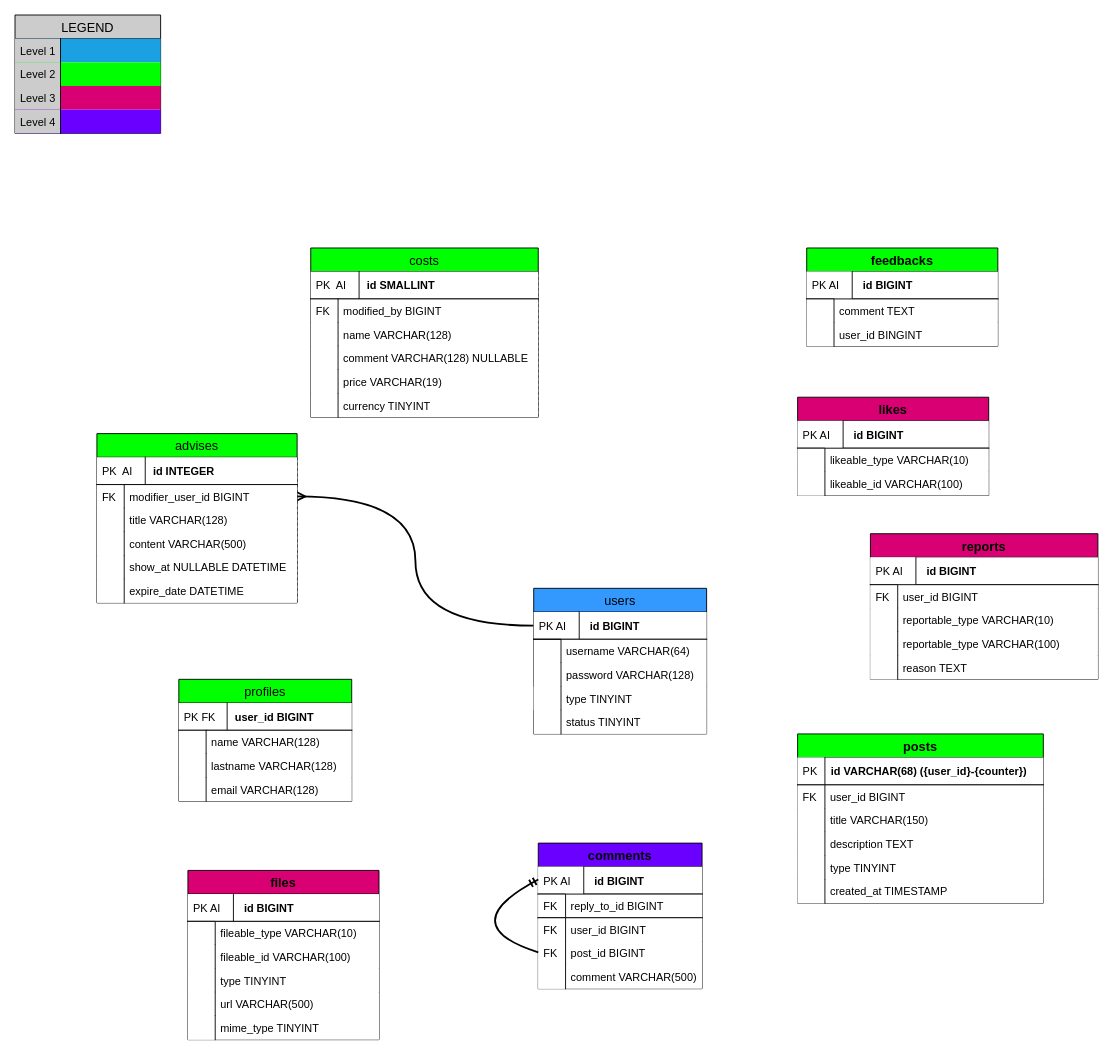
Binaretech/ugma-today-api keeps this draw.io diagram as database/db.drawio. Above is the earlier version. Source tidied: cells renumbered, new cells numbered last; positions are measured from the earlier drawing's top-left corner, leaving out a move shared by most shapes. Both pictures are drawn from the tidied source at 91%, with x=0, y=0 at pixel (15, 15).
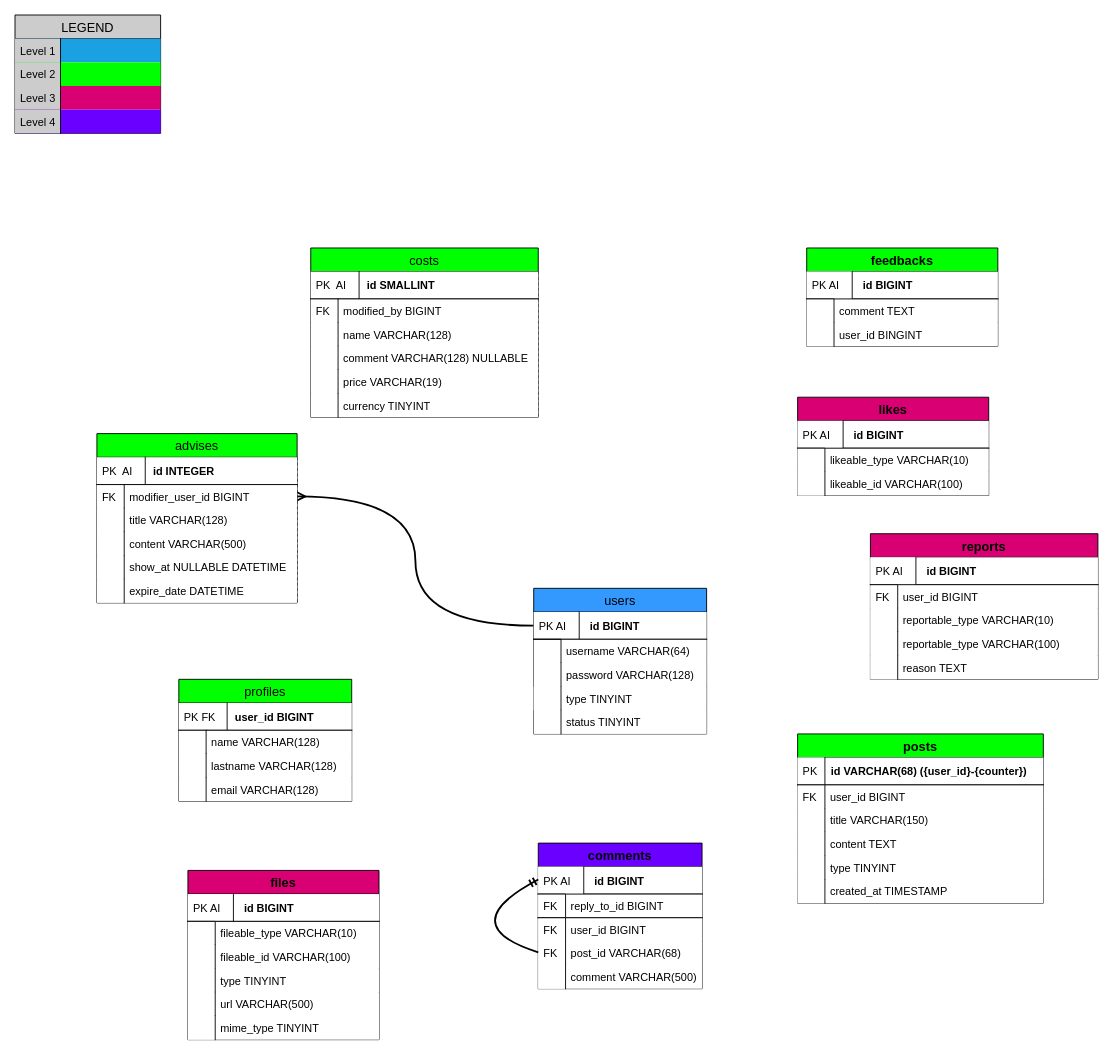
Above is the later version.

The change refers to these unchanged cells:
```xml
<mxCell id="29" value="comments" style="swimlane;fontStyle=1;horizontal=1;startSize=26;align=center;fontSize=14;strokeColor=#000000;fillColor=#6a00ff;fontColor=#000000;" parent="1" vertex="1">
  <mxGeometry x="575" y="910" width="180" height="160" as="geometry" />
</mxCell>
<mxCell id="40" value="posts" style="swimlane;fontStyle=1;horizontal=1;startSize=26;align=center;fontSize=14;strokeColor=#000000;fillColor=#00FF00;fontColor=#000000;" parent="1" vertex="1">
  <mxGeometry x="860" y="790" width="270" height="186" as="geometry" />
</mxCell>
```

Diff of the diagram source:
```diff
@@
-    <mxCell id="36" value="post_id BIGINT" style="shape=partialRectangle;top=0;left=0;right=0;bottom=0;align=left;verticalAlign=top;fillColor=#ffffff;spacingLeft=34;spacingRight=4;overflow=hidden;fontSize=12;fontColor=#000000;strokeColor=#000000;fontStyle=0;" parent="29" vertex="1">
+    <mxCell id="36" value="post_id VARCHAR(68)" style="shape=partialRectangle;top=0;left=0;right=0;bottom=0;align=left;verticalAlign=top;fillColor=#ffffff;spacingLeft=34;spacingRight=4;overflow=hidden;fontSize=12;fontColor=#000000;strokeColor=#000000;fontStyle=0;" parent="29" vertex="1">
       <mxGeometry y="108" width="180" height="26" as="geometry" />
     </mxCell>
@@
-    <mxCell id="47" value="description TEXT" style="shape=partialRectangle;top=0;left=0;right=0;bottom=0;align=left;verticalAlign=top;fillColor=#ffffff;spacingLeft=34;spacingRight=4;overflow=hidden;fontSize=12;fontColor=#000000;strokeColor=#000000;fontStyle=0;" parent="40" vertex="1">
+    <mxCell id="47" value="content TEXT" style="shape=partialRectangle;top=0;left=0;right=0;bottom=0;align=left;verticalAlign=top;fillColor=#ffffff;spacingLeft=34;spacingRight=4;overflow=hidden;fontSize=12;fontColor=#000000;strokeColor=#000000;fontStyle=0;" parent="40" vertex="1">
       <mxGeometry y="108" width="270" height="26" as="geometry" />
     </mxCell>
```
